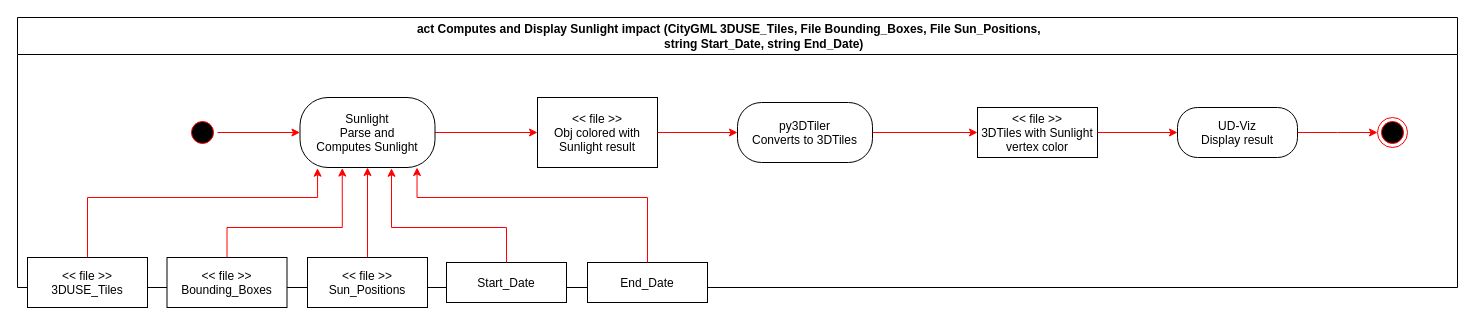
The draw.io diagram page "Milestone 1" (2 of 4) of docs/Pipeline_Activity_Chart.drawio in VCityTeam/pySunlight, before the edit. Source tidied: cells renumbered, new cells numbered last; positions are measured from the earlier drawing's top-left corner, leaving out a move shared by most shapes. Both pictures are drawn from the tidied source at 100%, with x=0, y=0 at pixel (17, 17).
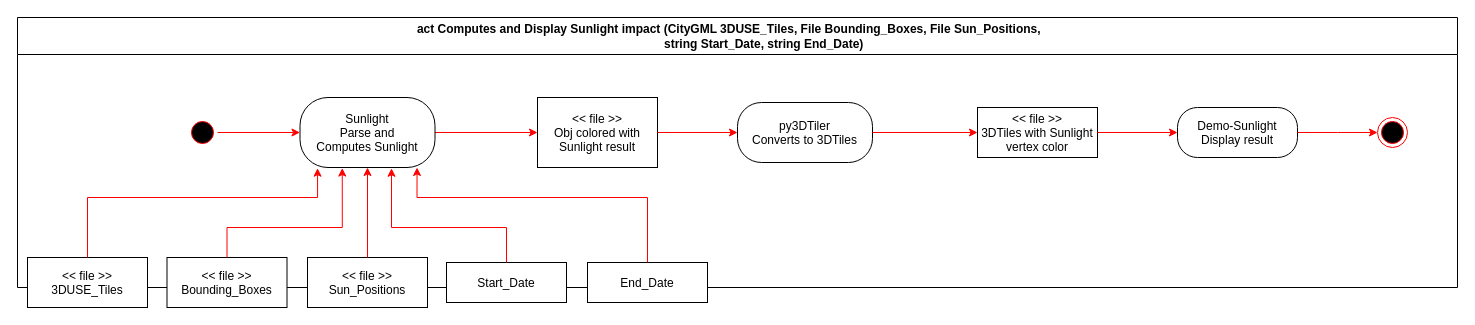
Above is the later version.

Commit message (it also covers changes not shown here):
Update pipeline with UD-Viz replace by Demo-Sunlight

Unchanged cells that the change refers to:
```xml
<mxCell id="2" value="act&amp;nbsp;Computes and Display Sunlight impact (CityGML 3DUSE_Tiles, File Bounding_Boxes, File Sun_Positions,&lt;span style=&quot;white-space: pre;&quot;&gt;&#9;&lt;/span&gt;&lt;br&gt;&lt;span style=&quot;white-space: pre;&quot;&gt;&#9;&lt;/span&gt;&lt;span style=&quot;white-space: pre;&quot;&gt;&#9;&lt;/span&gt;string Start_Date, string End_Date)" style="swimlane;whiteSpace=wrap;html=1;strokeColor=default;fillColor=default;swimlaneLine=1;startSize=37;" parent="1" vertex="1">
  <mxGeometry width="1440" height="270" as="geometry" />
</mxCell>
```

Diff of the diagram source:
```diff
@@
-    <mxCell id="21" value="UD-Viz&#10;Display result" style="rounded=1;arcSize=40;" parent="2" vertex="1">
+    <mxCell id="21" value="Demo-Sunlight&#10;Display result" style="rounded=1;arcSize=40;" parent="2" vertex="1">
       <mxGeometry x="1160" y="90" width="120" height="50" as="geometry" />
     </mxCell>
```
